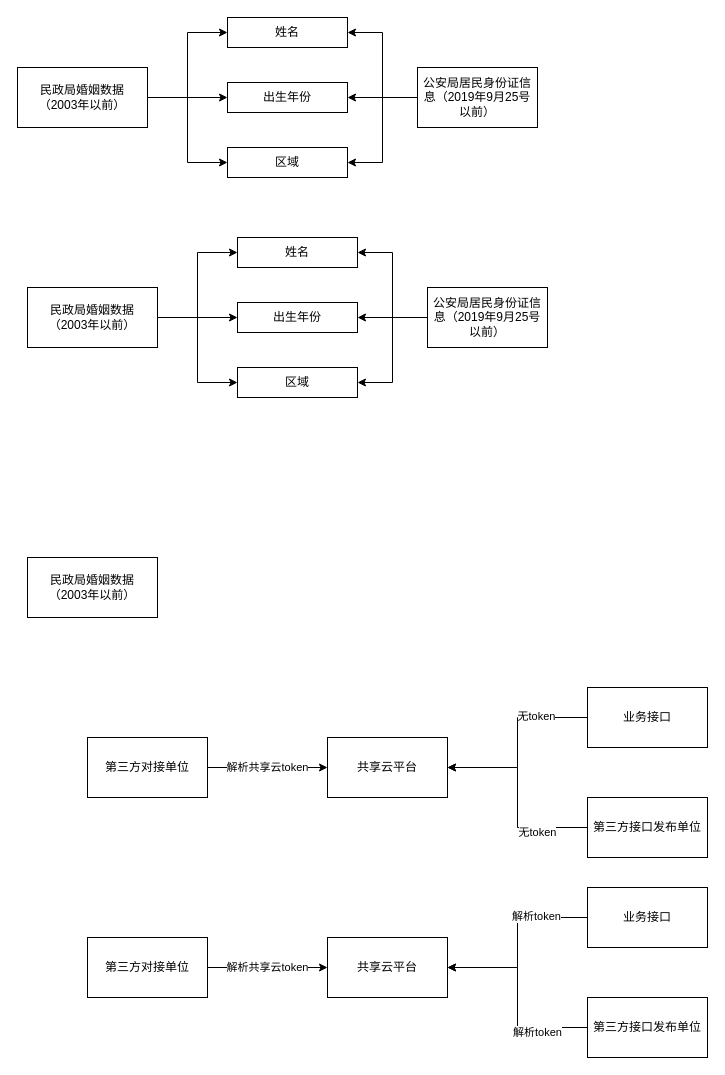
Fun2EveryDay/TestProject keeps this draw.io diagram as page "Page-2" (2 of 2) of Untitled Diagram.drawio. Above is the earlier version. Source tidied: cells renumbered, new cells numbered last; positions are measured from the earlier drawing's top-left corner, leaving out a move shared by most shapes. Both pictures are drawn from the tidied source at 100%, with x=0, y=0 at pixel (17, 17).
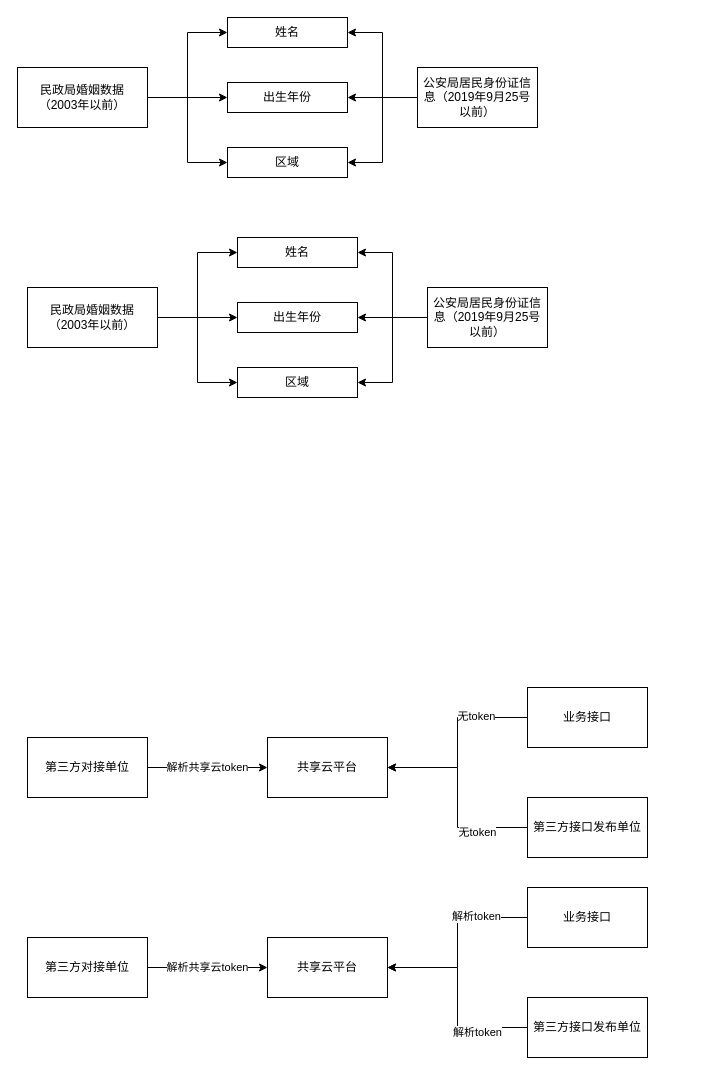
The same page after the edit.

The edit, as a diff of the source:
```diff
@@
-    <mxCell id="24" value="民政局婚姻数据&lt;br&gt;（2003年以前）" style="rounded=0;whiteSpace=wrap;html=1;" parent="1" vertex="1">
-      <mxGeometry x="10" y="540" width="130" height="60" as="geometry" />
-    </mxCell>
@@
     <mxCell id="26" value="第三方对接单位" style="rounded=0;whiteSpace=wrap;html=1;" parent="1" vertex="1">
-      <mxGeometry x="70" y="720" width="120" height="60" as="geometry" />
+      <mxGeometry x="10" y="720" width="120" height="60" as="geometry" />
     </mxCell>
     <mxCell id="27" value="共享云平台" style="rounded=0;whiteSpace=wrap;html=1;" parent="1" vertex="1">
-      <mxGeometry x="310" y="720" width="120" height="60" as="geometry" />
+      <mxGeometry x="250" y="720" width="120" height="60" as="geometry" />
     </mxCell>
@@
     <mxCell id="30" value="业务接口" style="rounded=0;whiteSpace=wrap;html=1;" parent="1" vertex="1">
-      <mxGeometry x="570" y="670" width="120" height="60" as="geometry" />
+      <mxGeometry x="510" y="670" width="120" height="60" as="geometry" />
     </mxCell>
@@
     <mxCell id="33" value="第三方接口发布单位" style="rounded=0;whiteSpace=wrap;html=1;" parent="1" vertex="1">
-      <mxGeometry x="570" y="780" width="120" height="60" as="geometry" />
+      <mxGeometry x="510" y="780" width="120" height="60" as="geometry" />
     </mxCell>
@@
     <mxCell id="35" value="第三方对接单位" style="rounded=0;whiteSpace=wrap;html=1;" parent="1" vertex="1">
-      <mxGeometry x="70" y="920" width="120" height="60" as="geometry" />
+      <mxGeometry x="10" y="920" width="120" height="60" as="geometry" />
     </mxCell>
     <mxCell id="36" value="共享云平台" style="rounded=0;whiteSpace=wrap;html=1;" parent="1" vertex="1">
-      <mxGeometry x="310" y="920" width="120" height="60" as="geometry" />
+      <mxGeometry x="250" y="920" width="120" height="60" as="geometry" />
     </mxCell>
@@
     <mxCell id="39" value="业务接口" style="rounded=0;whiteSpace=wrap;html=1;" parent="1" vertex="1">
-      <mxGeometry x="570" y="870" width="120" height="60" as="geometry" />
+      <mxGeometry x="510" y="870" width="120" height="60" as="geometry" />
     </mxCell>
@@
     <mxCell id="42" value="第三方接口发布单位" style="rounded=0;whiteSpace=wrap;html=1;" parent="1" vertex="1">
-      <mxGeometry x="570" y="980" width="120" height="60" as="geometry" />
+      <mxGeometry x="510" y="980" width="120" height="60" as="geometry" />
     </mxCell>
```
